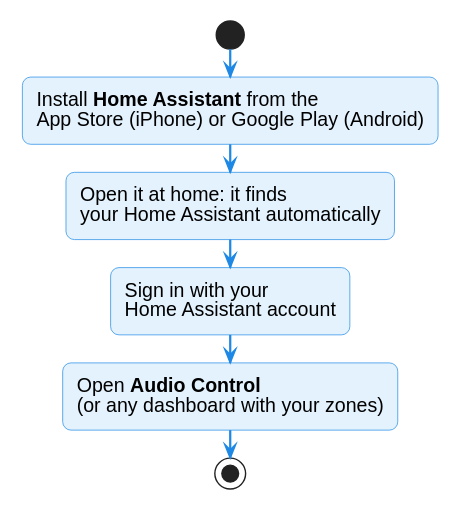
Earlier version of the PlantUML export docs/assets/diagrams/phone-app.svg (mcjelcom/ha-audio-control). Its source is kept beside it as docs/diagrams/phone-app.puml.
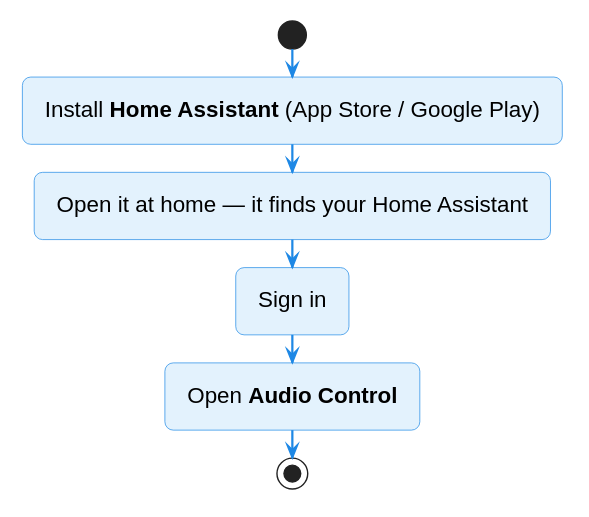
After the change.

Diff of the diagram source:
```diff
@@ -1,9 +1,9 @@
 @startuml
 !include _style.iuml
 start
-:Install **Home Assistant** from the\nApp Store (iPhone) or Google Play (Android);
-:Open it at home: it finds\nyour Home Assistant automatically;
-:Sign in with your\nHome Assistant account;
-:Open **Audio Control**\n(or any dashboard with your zones);
+:Install **Home Assistant** (App Store / Google Play);
+:Open it at home — it finds your Home Assistant;
+:Sign in;
+:Open **Audio Control**;
 stop
 @enduml
```
